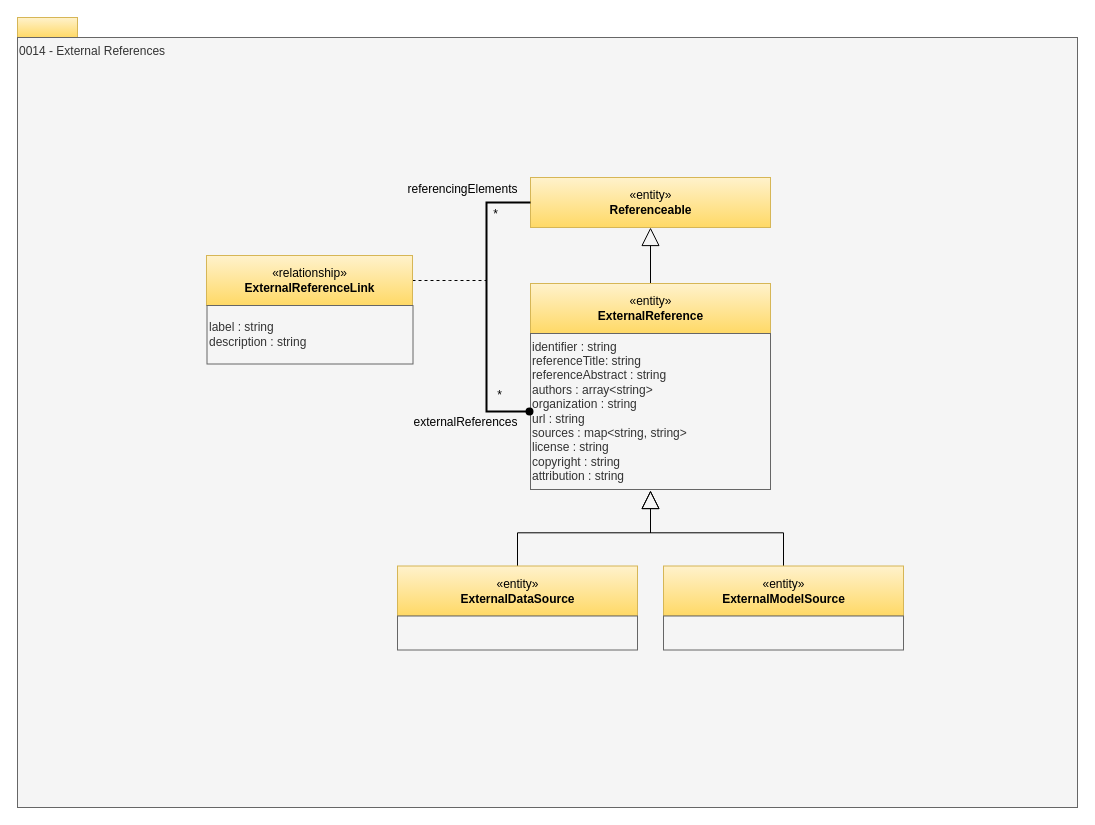
Above: page "0014-External-References" (8 of 32) of site/docs/types/0/area-0-basic-types-and-infrastructure.drawio in odpi/egeria-docs (draw.io), before the change. Source tidied: cells renumbered, new cells numbered last; positions are measured from the earlier drawing's top-left corner, leaving out a move shared by most shapes. Both pictures are drawn from the tidied source at 100%, with x=0, y=0 at pixel (17, 17).
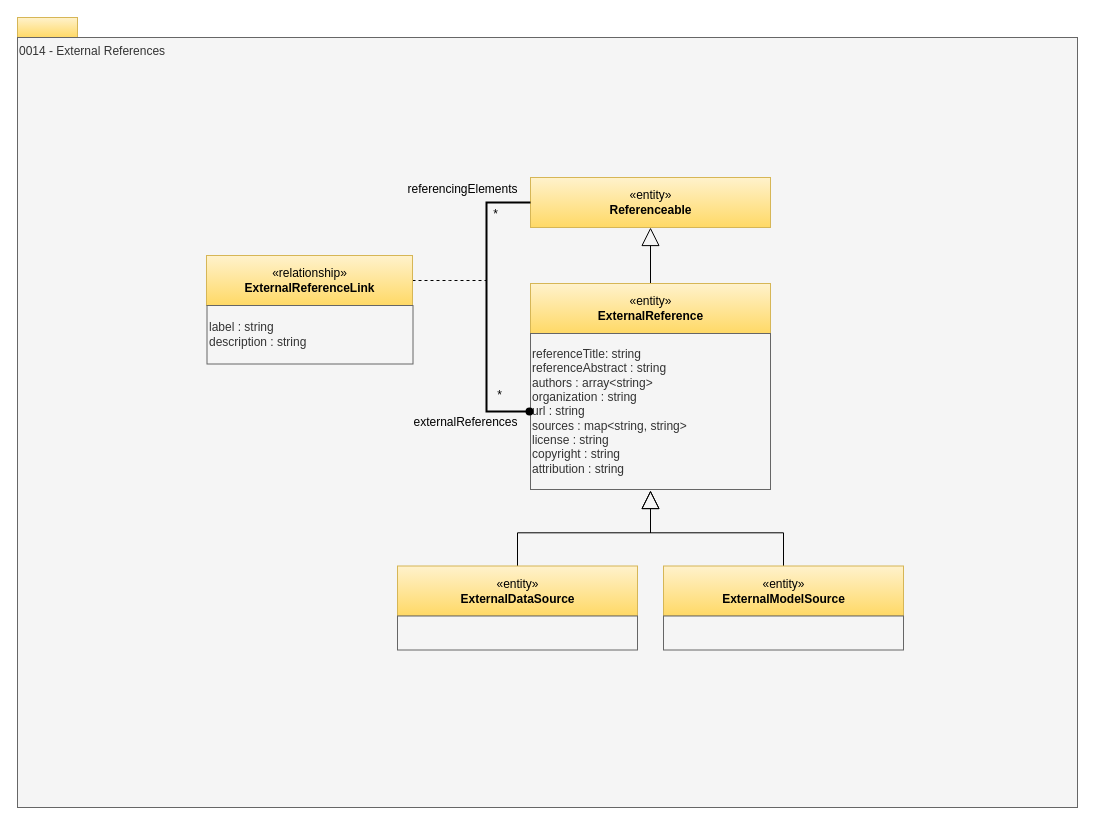
After the change.

What changed in the source:
```diff
@@
-    <mxCell id="10" value="identifier : string&lt;div&gt;referenceTitle: string&lt;br&gt;referenceAbstract : string&lt;br&gt;authors : array&amp;lt;string&amp;gt;&lt;div&gt;organization : string&lt;/div&gt;&lt;div&gt;url : string&lt;br&gt;sources : map&amp;lt;string, string&amp;gt;&lt;br&gt;license : string&lt;br&gt;copyright : string&lt;br&gt;attribution : string&lt;div style=&quot;text-align: left&quot;&gt;&lt;/div&gt;&lt;/div&gt;&lt;/div&gt;" style="rounded=0;whiteSpace=wrap;html=1;strokeColor=#666666;align=left;perimeterSpacing=1;fillColor=#f5f5f5;fontColor=#333333;" parent="1" vertex="1">
+    <mxCell id="10" value="&lt;div&gt;referenceTitle: string&lt;br&gt;referenceAbstract : string&lt;br&gt;authors : array&amp;lt;string&amp;gt;&lt;div&gt;organization : string&lt;/div&gt;&lt;div&gt;url : string&lt;br&gt;sources : map&amp;lt;string, string&amp;gt;&lt;br&gt;license : string&lt;br&gt;copyright : string&lt;br&gt;attribution : string&lt;div style=&quot;text-align: left&quot;&gt;&lt;/div&gt;&lt;/div&gt;&lt;/div&gt;" style="rounded=0;whiteSpace=wrap;html=1;strokeColor=#666666;align=left;perimeterSpacing=1;fillColor=#f5f5f5;fontColor=#333333;" parent="1" vertex="1">
       <mxGeometry x="513" y="316" width="240" height="156" as="geometry" />
     </mxCell>
```
